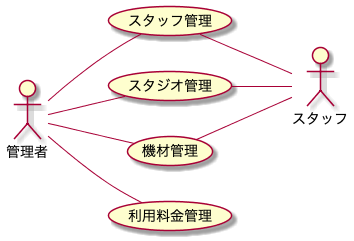
Above: modeling/BusinessUsecase_設備管理/BusinessUsecase.png in TakashiOnawa/ddd-practice-studio-reservation (PlantUML), before the change.
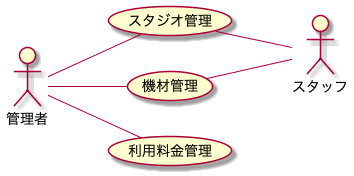
After the change.

The edit, as a diff of the source:
```diff
@@ -3,9 +3,7 @@
 left to right direction
 
 actor 管理者
-
-管理者 -- (スタッフ管理)
-(スタッフ管理) -- スタッフ
+actor スタッフ
 
 管理者 -- (スタジオ管理)
 (スタジオ管理) -- スタッフ
```
